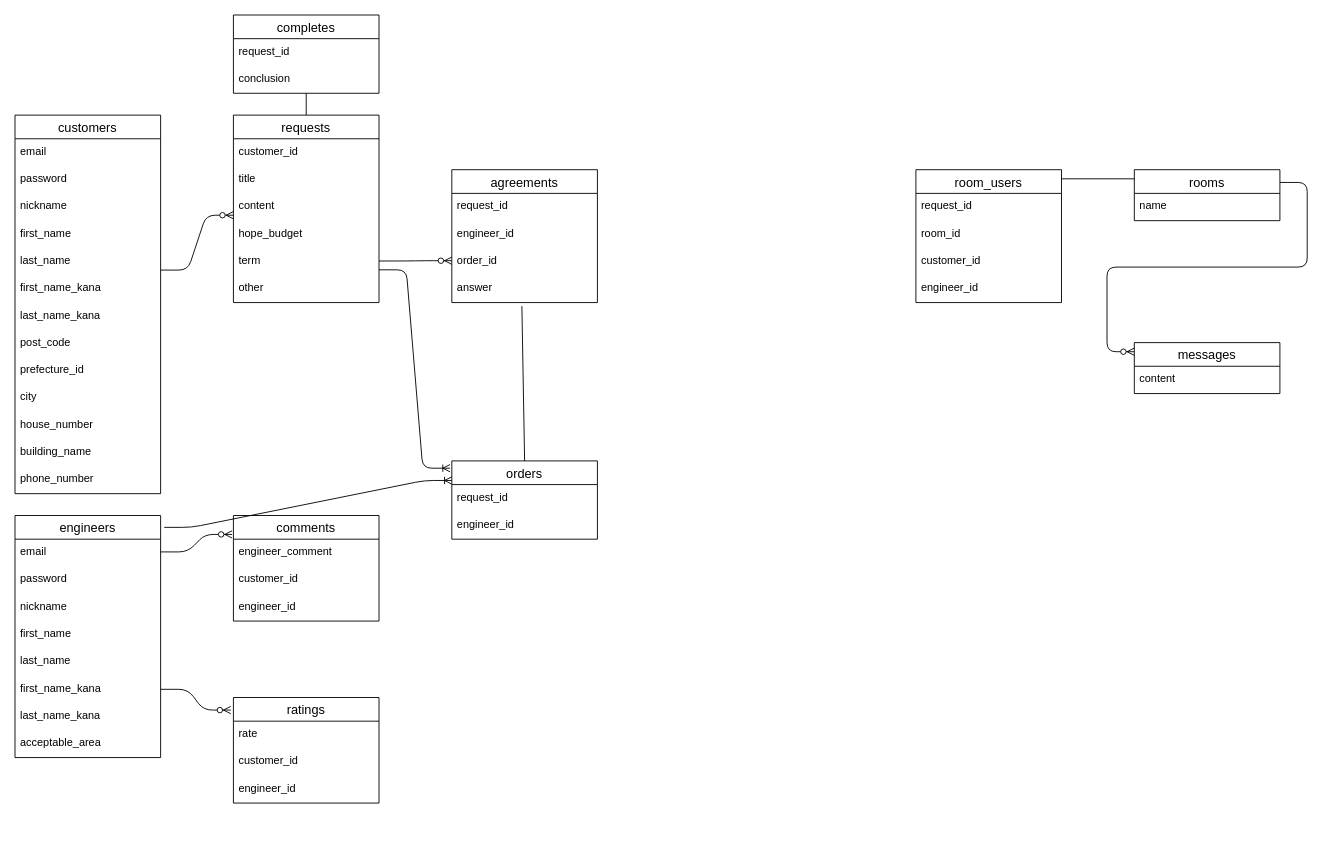
ikun2019/exece_bridge keeps this draw.io diagram as er.dio. Above is the earlier version. Source tidied: cells renumbered, new cells numbered last; positions are measured from the earlier drawing's top-left corner, leaving out a move shared by most shapes. Both pictures are drawn from the tidied source at 91%, with x=0, y=0 at pixel (15, 15).
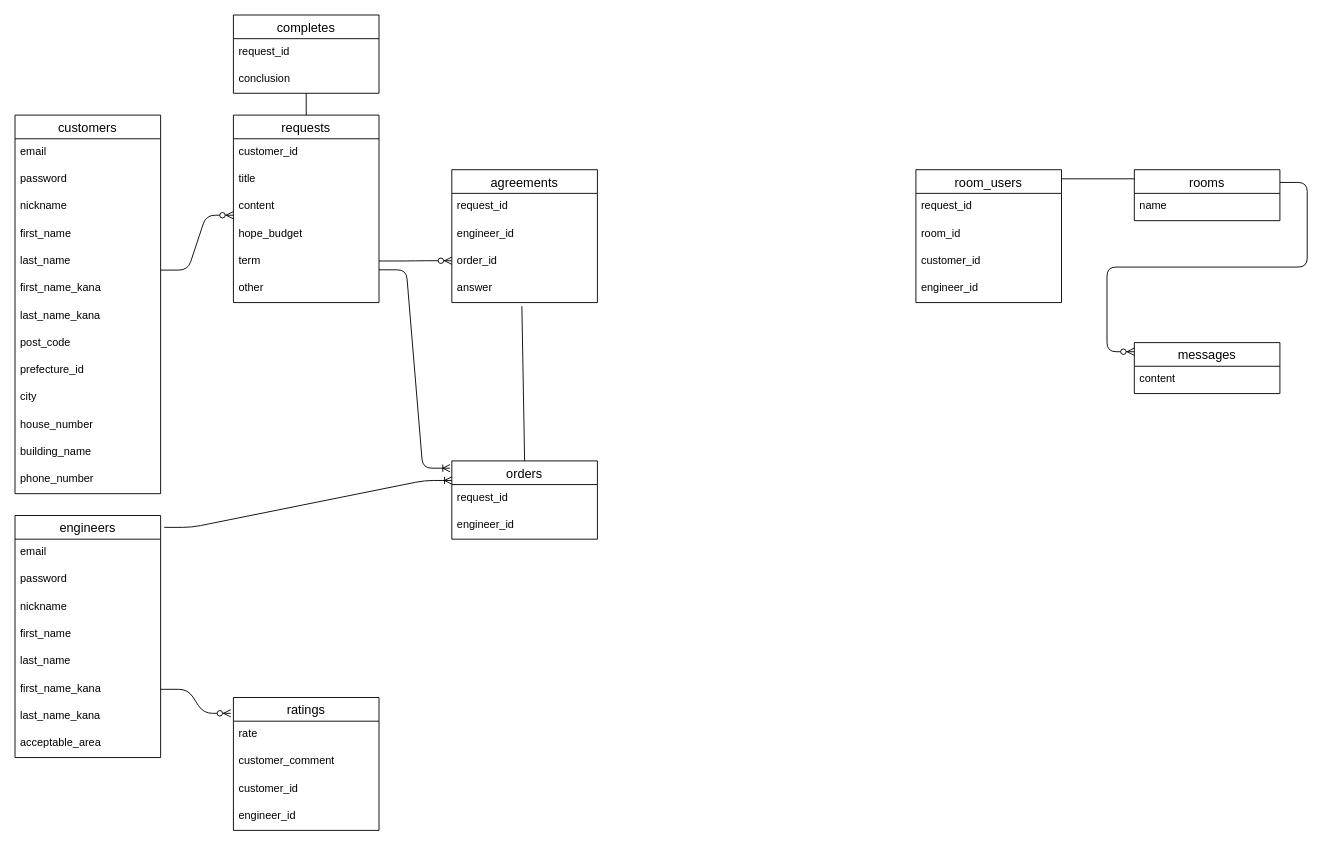
The same diagram, later.

What changed in the source:
```diff
@@
     <mxCell id="25" value="ratings" style="swimlane;fontStyle=0;horizontal=1;startSize=26;align=center;fontSize=14;" parent="1" vertex="1">
-      <mxGeometry x="240" y="750" width="160" height="116" as="geometry" />
+      <mxGeometry x="240" y="750" width="160" height="146" as="geometry" />
     </mxCell>
@@
+    <mxCell id="70" value="customer_comment" style="text;strokeColor=none;fillColor=none;spacingLeft=4;spacingRight=4;overflow=hidden;fontSize=12;" parent="25" vertex="1">
+      <mxGeometry y="56" width="160" height="30" as="geometry" />
+    </mxCell>
     <mxCell id="27" value="customer_id" style="text;strokeColor=none;fillColor=none;spacingLeft=4;spacingRight=4;overflow=hidden;fontSize=12;" parent="25" vertex="1">
-      <mxGeometry y="56" width="160" height="30" as="geometry" />
+      <mxGeometry y="86" width="160" height="30" as="geometry" />
     </mxCell>
     <mxCell id="28" value="engineer_id" style="text;strokeColor=none;fillColor=none;spacingLeft=4;spacingRight=4;overflow=hidden;fontSize=12;" parent="25" vertex="1">
-      <mxGeometry y="86" width="160" height="30" as="geometry" />
+      <mxGeometry y="116" width="160" height="30" as="geometry" />
     </mxCell>
@@
-    <mxCell id="30" value="comments" style="swimlane;fontStyle=0;horizontal=1;startSize=26;align=center;fontSize=14;" parent="1" vertex="1">
-      <mxGeometry x="240" y="550" width="160" height="116" as="geometry" />
-    </mxCell>
-    <mxCell id="31" value="engineer_comment" style="text;strokeColor=none;fillColor=none;spacingLeft=4;spacingRight=4;overflow=hidden;fontSize=12;" parent="30" vertex="1">
-      <mxGeometry y="26" width="160" height="30" as="geometry" />
-    </mxCell>
-    <mxCell id="32" value="customer_id" style="text;strokeColor=none;fillColor=none;spacingLeft=4;spacingRight=4;overflow=hidden;fontSize=12;" parent="30" vertex="1">
-      <mxGeometry y="56" width="160" height="30" as="geometry" />
-    </mxCell>
-    <mxCell id="33" value="engineer_id" style="text;strokeColor=none;fillColor=none;spacingLeft=4;spacingRight=4;overflow=hidden;fontSize=12;" parent="30" vertex="1">
-      <mxGeometry y="86" width="160" height="30" as="geometry" />
-    </mxCell>
-    <mxCell id="34" style="edgeStyle=entityRelationEdgeStyle;fontSize=12;html=1;endArrow=ERzeroToMany;endFill=1;entryX=-0.009;entryY=0.179;entryDx=0;entryDy=0;entryPerimeter=0;" parent="1" edge="1" target="30">
-      <mxGeometry relative="1" as="geometry">
-        <mxPoint x="160" y="590" as="sourcePoint" />
-      </mxGeometry>
-    </mxCell>
```
